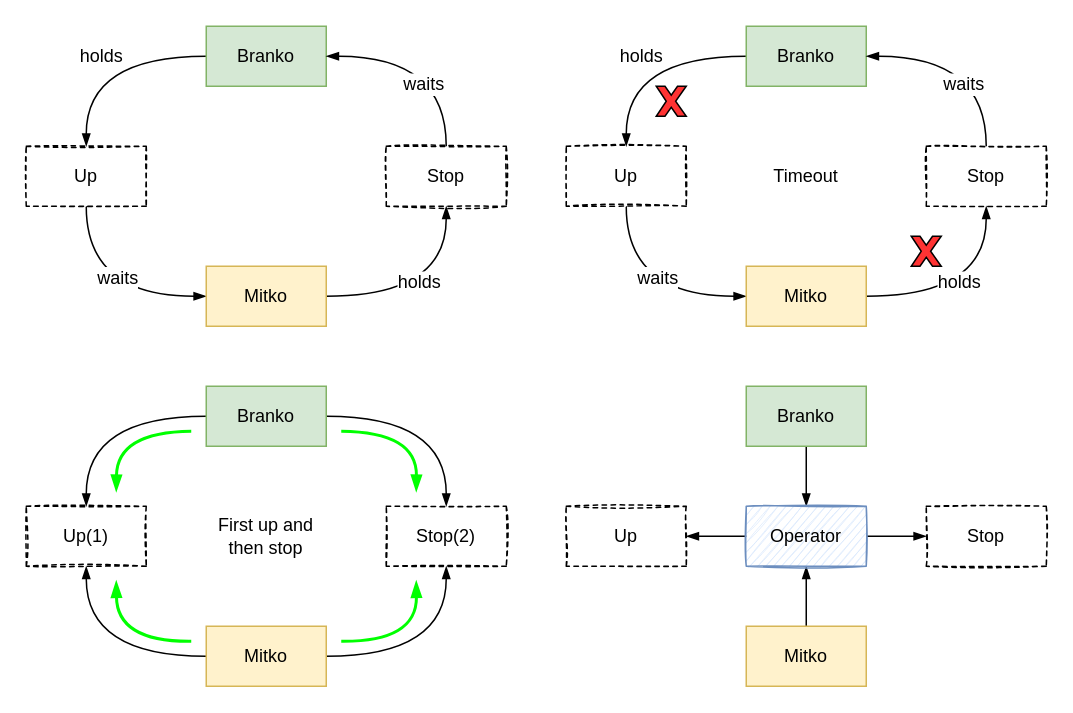
Before: page "Deadlock" (12 of 18) of assets/OS.drawio in braboj/tutorial-os, a draw.io diagram. Source tidied: cells renumbered, new cells numbered last; positions are measured from the earlier drawing's top-left corner, leaving out a move shared by most shapes. Both pictures are drawn from the tidied source at 150%, with x=0, y=0 at pixel (26, 26).
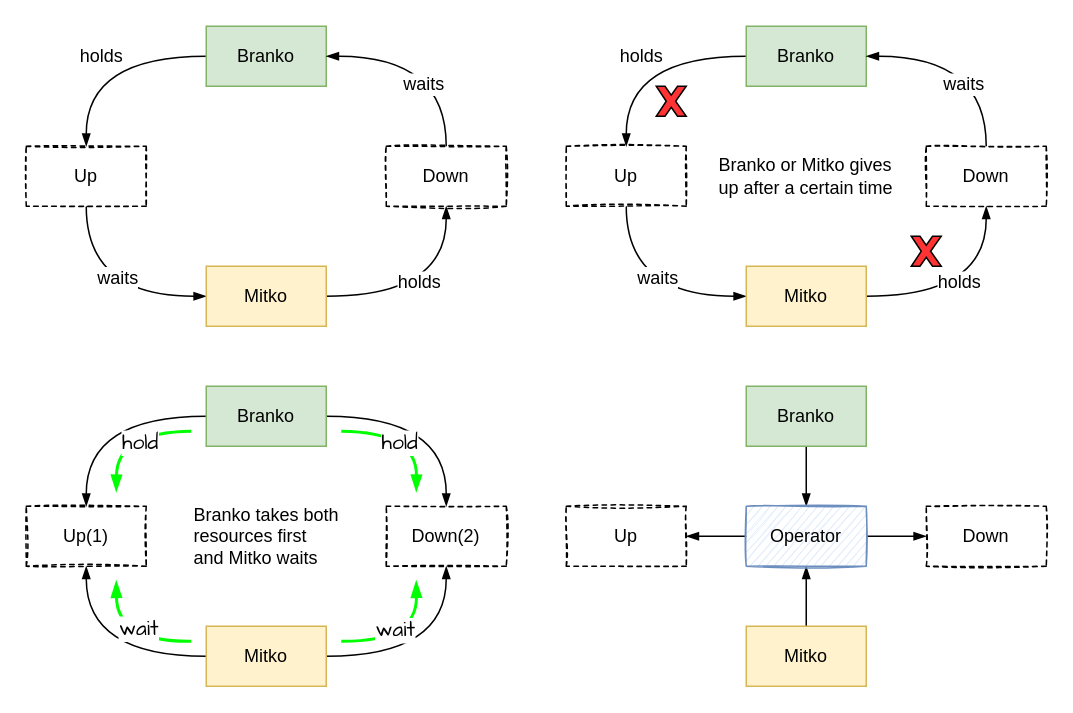
The same diagram, later.

Unchanged cells that the change refers to:
```xml
<mxCell id="45" style="edgeStyle=orthogonalEdgeStyle;curved=1;rounded=0;orthogonalLoop=1;jettySize=auto;html=1;fontSize=12;fontColor=#000000;startArrow=none;startFill=0;endArrow=blockThin;endFill=1;strokeColor=#00FF00;strokeWidth=2;" parent="1" edge="1">
  <mxGeometry relative="1" as="geometry">
    <mxPoint x="110" y="270" as="sourcePoint" />
    <mxPoint x="60" y="310" as="targetPoint" />
  </mxGeometry>
</mxCell>
<mxCell id="46" style="edgeStyle=orthogonalEdgeStyle;curved=1;rounded=0;orthogonalLoop=1;jettySize=auto;html=1;fontSize=12;fontColor=#000000;startArrow=none;startFill=0;endArrow=blockThin;endFill=1;strokeColor=#00FF00;strokeWidth=2;" parent="1" edge="1">
  <mxGeometry relative="1" as="geometry">
    <mxPoint x="110" y="410" as="sourcePoint" />
    <mxPoint x="60" y="370" as="targetPoint" />
  </mxGeometry>
</mxCell>
<mxCell id="47" style="edgeStyle=orthogonalEdgeStyle;curved=1;rounded=0;orthogonalLoop=1;jettySize=auto;html=1;fontSize=12;fontColor=#000000;startArrow=none;startFill=0;endArrow=blockThin;endFill=1;strokeColor=#00FF00;strokeWidth=2;" parent="1" edge="1">
  <mxGeometry relative="1" as="geometry">
    <mxPoint x="210" y="410" as="sourcePoint" />
    <mxPoint x="260" y="370" as="targetPoint" />
  </mxGeometry>
</mxCell>
<mxCell id="48" style="edgeStyle=orthogonalEdgeStyle;curved=1;rounded=0;orthogonalLoop=1;jettySize=auto;html=1;fontSize=12;fontColor=#000000;startArrow=none;startFill=0;endArrow=blockThin;endFill=1;strokeColor=#00FF00;strokeWidth=2;" parent="1" edge="1">
  <mxGeometry relative="1" as="geometry">
    <mxPoint x="210" y="270" as="sourcePoint" />
    <mxPoint x="260" y="310" as="targetPoint" />
  </mxGeometry>
</mxCell>
```

The edit, as a diff of the source:
```diff
@@
-    <mxCell id="9" value="Stop" style="rounded=0;whiteSpace=wrap;html=1;fillStyle=hachure;dashed=1;sketch=1;" parent="1" vertex="1">
+    <mxCell id="9" value="Down" style="rounded=0;whiteSpace=wrap;html=1;fillStyle=hachure;dashed=1;sketch=1;" parent="1" vertex="1">
       <mxGeometry x="240" y="80" width="80" height="40" as="geometry" />
     </mxCell>
@@
-    <mxCell id="17" value="Stop(2)" style="rounded=0;whiteSpace=wrap;html=1;fillStyle=hachure;dashed=1;sketch=1;" parent="1" vertex="1">
+    <mxCell id="17" value="Down(2)" style="rounded=0;whiteSpace=wrap;html=1;fillStyle=hachure;dashed=1;sketch=1;" parent="1" vertex="1">
       <mxGeometry x="240" y="320" width="80" height="40" as="geometry" />
     </mxCell>
@@
-    <mxCell id="28" value="Stop" style="rounded=0;whiteSpace=wrap;html=1;fillStyle=hachure;dashed=1;sketch=1;" parent="1" vertex="1">
+    <mxCell id="28" value="Down" style="rounded=0;whiteSpace=wrap;html=1;fillStyle=hachure;dashed=1;sketch=1;" parent="1" vertex="1">
       <mxGeometry x="600" y="80" width="80" height="40" as="geometry" />
     </mxCell>
@@
-    <mxCell id="34" value="Timeout" style="text;html=1;strokeColor=none;fillColor=none;align=center;verticalAlign=middle;whiteSpace=wrap;rounded=0;shadow=0;sketch=0;fillStyle=solid;fontSize=12;fontColor=#000000;" parent="1" vertex="1">
-      <mxGeometry x="480" y="80" width="80" height="40" as="geometry" />
+    <mxCell id="34" value="Branko or Mitko gives up after a certain time" style="text;html=1;strokeColor=none;fillColor=none;align=left;verticalAlign=middle;whiteSpace=wrap;rounded=0;shadow=0;sketch=0;fillStyle=solid;fontSize=12;fontColor=#000000;" parent="1" vertex="1">
+      <mxGeometry x="460" y="80" width="130" height="40" as="geometry" />
     </mxCell>
-    <mxCell id="35" value="First up and then stop" style="text;html=1;strokeColor=none;fillColor=none;align=center;verticalAlign=middle;whiteSpace=wrap;rounded=0;shadow=0;sketch=0;fillStyle=solid;fontSize=12;fontColor=#000000;" parent="1" vertex="1">
-      <mxGeometry x="120" y="320" width="80" height="40" as="geometry" />
+    <mxCell id="35" value="Branko takes both resources first and Mitko waits" style="text;html=1;strokeColor=none;fillColor=none;align=left;verticalAlign=middle;whiteSpace=wrap;rounded=0;shadow=0;sketch=0;fillStyle=solid;fontSize=12;fontColor=#000000;" parent="1" vertex="1">
+      <mxGeometry x="110" y="300" width="100" height="80" as="geometry" />
     </mxCell>
@@
-    <mxCell id="39" value="Stop" style="rounded=0;whiteSpace=wrap;html=1;fillStyle=hachure;dashed=1;sketch=1;" parent="1" vertex="1">
+    <mxCell id="39" value="Down" style="rounded=0;whiteSpace=wrap;html=1;fillStyle=hachure;dashed=1;sketch=1;" parent="1" vertex="1">
       <mxGeometry x="600" y="320" width="80" height="40" as="geometry" />
     </mxCell>
@@
+    <mxCell id="49" value="hold" style="edgeLabel;html=1;align=center;verticalAlign=middle;fontSize=14;fontFamily=Comic Sans MS;fontColor=#000000;" parent="45" vertex="1">
+      <mxGeometry x="-0.22" y="7" relative="1" as="geometry" />
+    </mxCell>
@@
+    <mxCell id="50" value="wait" style="edgeLabel;html=1;align=center;verticalAlign=middle;fontSize=14;fontFamily=Comic Sans MS;fontColor=#000000;" parent="46" vertex="1">
+      <mxGeometry x="-0.22" y="-9" relative="1" as="geometry" />
+    </mxCell>
@@
+    <mxCell id="51" value="wait" style="edgeLabel;html=1;align=center;verticalAlign=middle;fontSize=14;fontFamily=Comic Sans MS;fontColor=#000000;" parent="47" vertex="1">
+      <mxGeometry x="-0.22" y="8" relative="1" as="geometry" />
+    </mxCell>
@@
+    <mxCell id="52" value="hold" style="edgeLabel;html=1;align=center;verticalAlign=middle;fontSize=14;fontFamily=Comic Sans MS;fontColor=#000000;" parent="48" vertex="1">
+      <mxGeometry x="-0.13" y="-7" relative="1" as="geometry" />
+    </mxCell>
```
